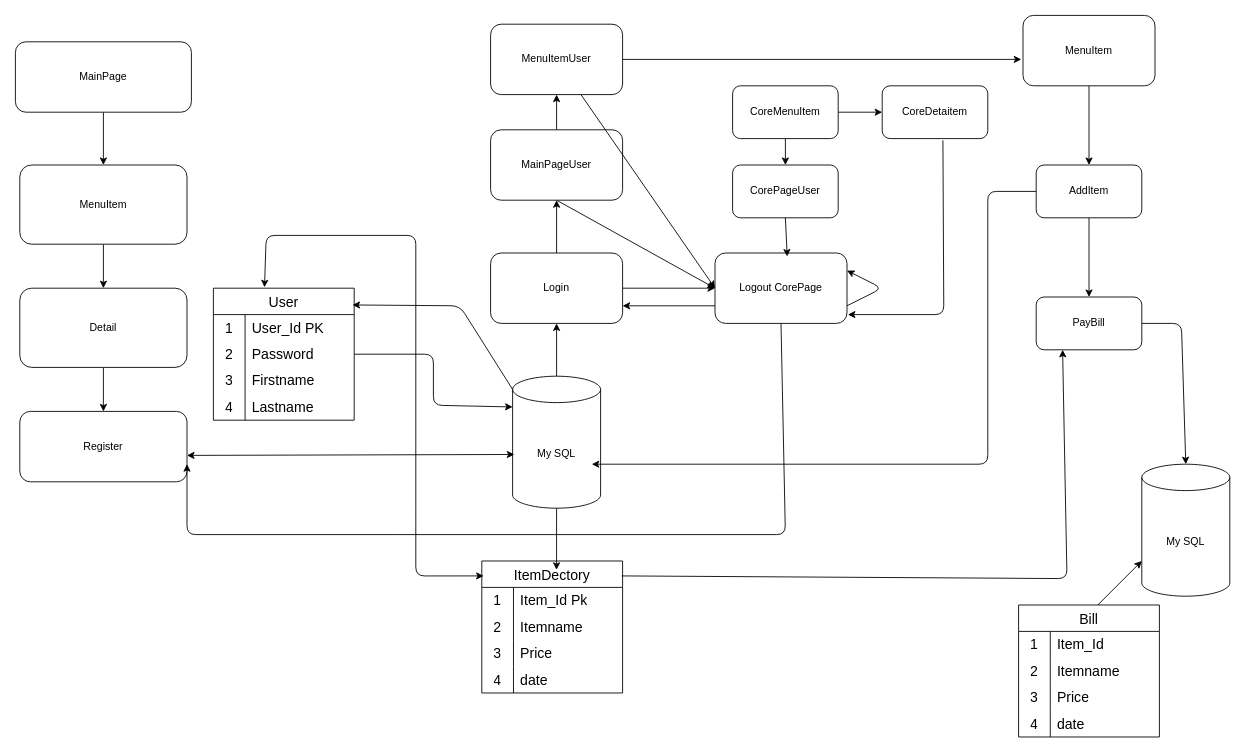
Before: Context/flowDiagram.drawio in matheemooksombut-dotcom/Fashion-website, a draw.io diagram. Source tidied: cells renumbered, new cells numbered last; positions are measured from the earlier drawing's top-left corner, leaving out a move shared by most shapes. Both pictures are drawn from the tidied source at 88%, with x=0, y=0 at pixel (15, 15).
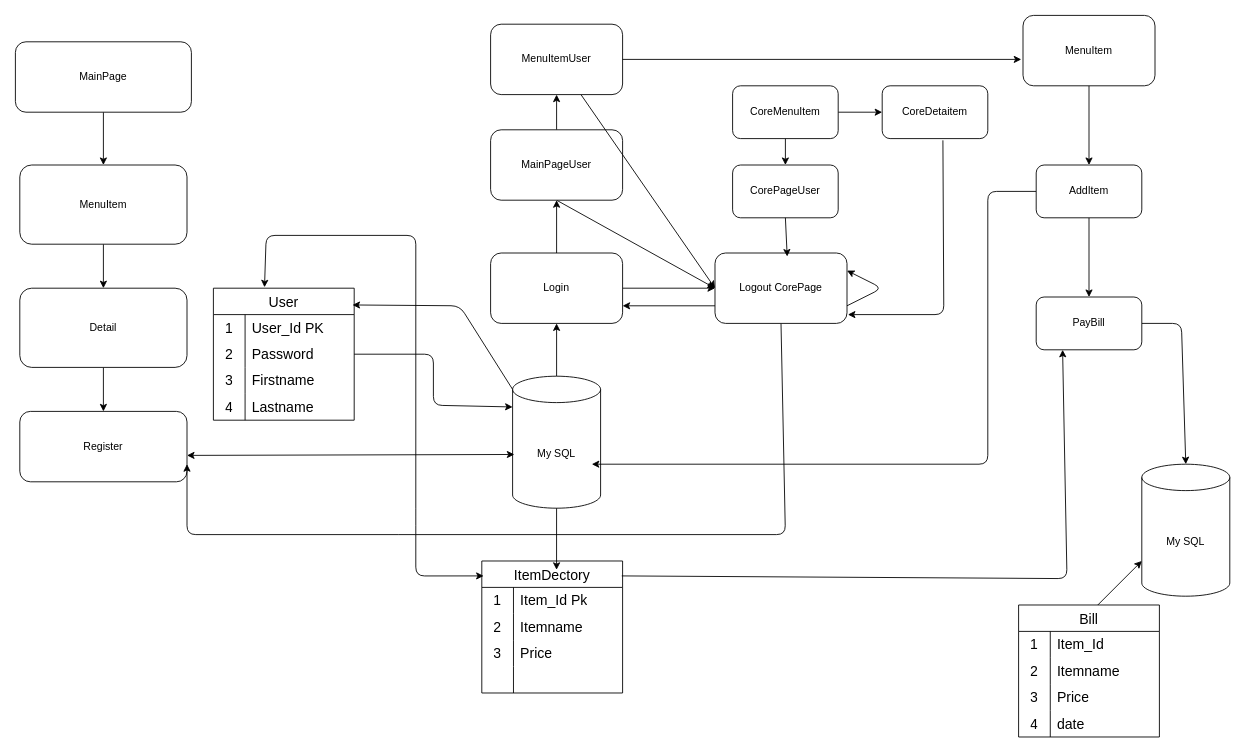
The same diagram, later.

Unchanged cells that the change refers to:
```xml
<mxCell id="64" style="shape=tableRow;horizontal=0;startSize=0;swimlaneHead=0;swimlaneBody=0;top=0;left=0;bottom=0;right=0;fillColor=none;strokeColor=inherit;fontSize=16;" parent="54" vertex="1">
  <mxGeometry y="120" width="160" height="30" as="geometry" />
</mxCell>
```

Diff of the diagram source:
```diff
@@
-    <mxCell id="65" value="4" style="shape=partialRectangle;html=1;whiteSpace=wrap;fillColor=none;top=0;left=0;bottom=0;right=0;overflow=hidden;strokeColor=inherit;fontSize=16;" parent="64" vertex="1">
+    <mxCell id="65" style="shape=partialRectangle;html=1;whiteSpace=wrap;fillColor=none;top=0;left=0;bottom=0;right=0;overflow=hidden;strokeColor=inherit;fontSize=16;" parent="64" vertex="1">
       <mxGeometry width="36" height="30" as="geometry" />
     </mxCell>
-    <mxCell id="66" value="date" style="shape=partialRectangle;html=1;whiteSpace=wrap;fillColor=none;top=0;left=0;bottom=0;right=0;align=left;spacingLeft=6;overflow=hidden;strokeColor=inherit;fontSize=16;" parent="64" vertex="1">
+    <mxCell id="66" style="shape=partialRectangle;html=1;whiteSpace=wrap;fillColor=none;top=0;left=0;bottom=0;right=0;align=left;spacingLeft=6;overflow=hidden;strokeColor=inherit;fontSize=16;" parent="64" vertex="1">
       <mxGeometry x="36" width="124" height="30" as="geometry" />
     </mxCell>
```
